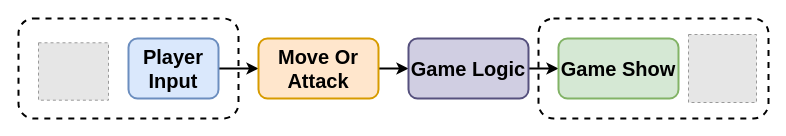
This is page "multi 的副本 的副本" (7 of 53) of booming/Booming ypwangv7.0 ypw new 104ppt-17.drawio from yrdimple/flowChart, a draw.io file, before an edit. Source tidied: cells renumbered, new cells numbered last; positions are measured from the earlier drawing's top-left corner, leaving out a move shared by most shapes. Both pictures are drawn from the tidied source at 100%, with x=0, y=0 at pixel (18, 18). Pictures stored in the file or linked from it are replaced by grey dashed boxes.
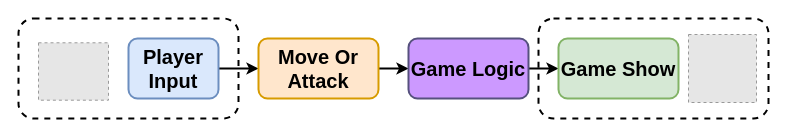
The same page after the edit.

Change to the diagram source:
```diff
@@
 <mxGraphModel>
   <root>
     <mxCell id="0" />
     <mxCell id="1" parent="0" />
     <mxCell id="2" style="fillColor=#E6E6E6;strokeColor=#999999;dashed=1;verticalLabelPosition=bottom;labelBackgroundColor=default;verticalAlign=top;fontSize=20;fontStyle=1;" parent="1" vertex="1">
       <mxGeometry x="20" y="24.3" width="70" height="57.4" as="geometry" />
     </mxCell>
     <mxCell id="3" style="edgeStyle=orthogonalEdgeStyle;rounded=0;jettySize=auto;html=1;entryX=0;entryY=0.5;entryDx=0;entryDy=0;strokeWidth=2;fontSize=20;fontStyle=1;" parent="1" edge="1" source="4" target="6">
       <mxGeometry relative="1" as="geometry" />
     </mxCell>
     <mxCell id="4" value="Player Input" style="rounded=1;whiteSpace=wrap;html=1;strokeWidth=2;fillColor=#dae8fc;strokeColor=#6c8ebf;fontSize=20;fontStyle=1;" parent="1" vertex="1">
       <mxGeometry x="110" y="20" width="90" height="60" as="geometry" />
     </mxCell>
     <mxCell id="5" style="edgeStyle=orthogonalEdgeStyle;rounded=0;jettySize=auto;html=1;entryX=0;entryY=0.5;entryDx=0;entryDy=0;strokeWidth=2;fontSize=20;fontStyle=1;" parent="1" edge="1" source="6" target="8">
       <mxGeometry relative="1" as="geometry" />
     </mxCell>
     <mxCell id="6" value="Move Or Attack" style="rounded=1;whiteSpace=wrap;html=1;strokeWidth=2;fillColor=#ffe6cc;strokeColor=#d79b00;fontSize=20;fontStyle=1;" parent="1" vertex="1">
       <mxGeometry x="240" y="20" width="120" height="60" as="geometry" />
     </mxCell>
     <mxCell id="7" style="edgeStyle=orthogonalEdgeStyle;rounded=0;jettySize=auto;html=1;strokeWidth=2;fontSize=20;fontStyle=1;" parent="1" edge="1" source="8" target="9">
       <mxGeometry relative="1" as="geometry" />
     </mxCell>
-    <mxCell id="8" value="Game Logic" style="rounded=1;whiteSpace=wrap;html=1;strokeWidth=2;fillColor=#d0cee2;strokeColor=#56517e;fontSize=20;fontStyle=1;" parent="1" vertex="1">
+    <mxCell id="8" value="Game Logic" style="rounded=1;whiteSpace=wrap;html=1;strokeWidth=2;fillColor=#CC99FF;strokeColor=#56517e;fontSize=20;fontStyle=1;" parent="1" vertex="1">
       <mxGeometry x="390" y="20" width="120" height="60" as="geometry" />
     </mxCell>
     <mxCell id="9" value="Game Show" style="rounded=1;whiteSpace=wrap;html=1;strokeWidth=2;fillColor=#d5e8d4;strokeColor=#82b366;fontSize=20;fontStyle=1;" parent="1" vertex="1">
       <mxGeometry x="540" y="20" width="120" height="60" as="geometry" />
     </mxCell>
     <mxCell id="10" style="fillColor=#E6E6E6;strokeColor=#999999;dashed=1;html=1;verticalAlign=top;verticalLabelPosition=bottom;labelBackgroundColor=#ffffff;fontSize=20;fontStyle=1;" parent="1" vertex="1">
       <mxGeometry x="670" y="16" width="68" height="68" as="geometry" />
     </mxCell>
     <mxCell id="11" style="rounded=1;whiteSpace=wrap;html=1;strokeWidth=2;fillColor=none;dashed=1;fontSize=20;fontStyle=1;" parent="1" vertex="1">
       <mxGeometry width="220" height="100" as="geometry" />
     </mxCell>
     <mxCell id="12" style="rounded=1;whiteSpace=wrap;html=1;strokeWidth=2;fillColor=none;dashed=1;fontSize=20;fontStyle=1;" parent="1" vertex="1">
       <mxGeometry x="520" width="230" height="100" as="geometry" />
     </mxCell>
   </root>
 </mxGraphModel>
```
